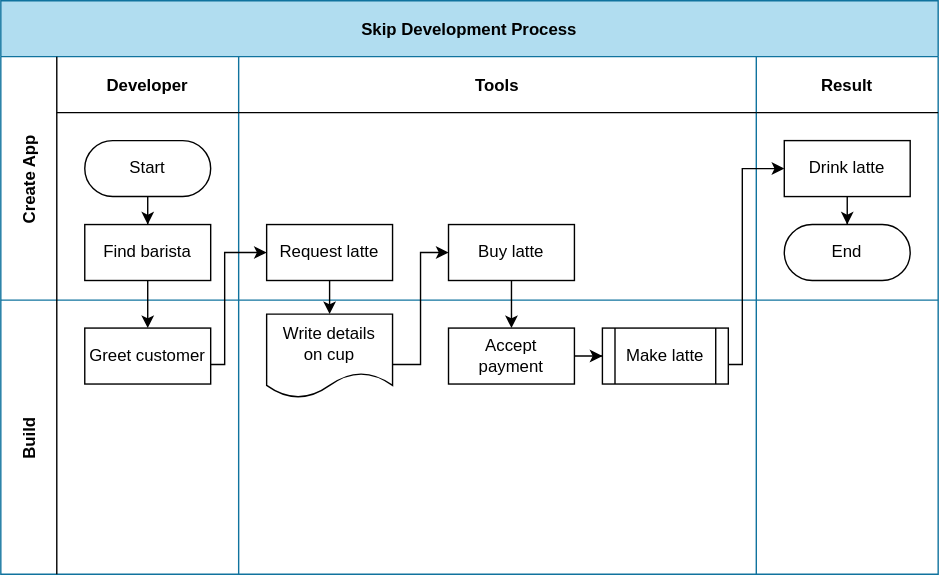
skiptools/assets.skip.tools keeps this draw.io diagram as skip_dev_process.drawio.svg. Above is the earlier version. Source tidied: cells renumbered, new cells last; positions are measured from the earlier drawing's top-left corner, leaving out a move shared by most shapes.
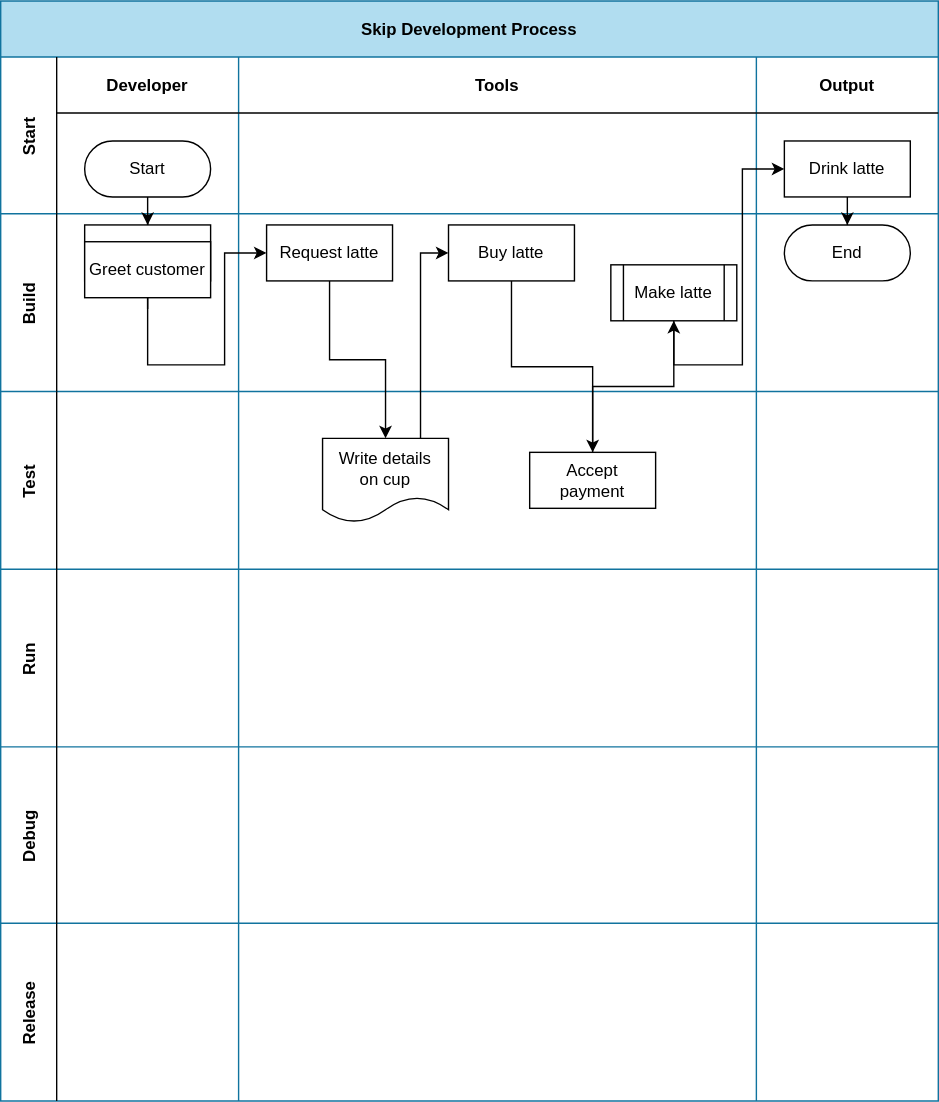
The same file after the commit.

Diff of the diagram source:
```diff
@@ -3,16 +3,16 @@
     <mxCell id="0" />
     <mxCell id="1" parent="0" />
     <mxCell id="2" value="Skip Development Process" style="shape=table;startSize=40;fillColor=#b1ddf0;fontStyle=1;strokeColor=#10739e;swimlaneFillColor=none;" parent="1" vertex="1">
-      <mxGeometry width="670" height="410" as="geometry" />
+      <mxGeometry width="670" height="786" as="geometry" />
     </mxCell>
     <mxCell id="3" style="edgeStyle=orthogonalEdgeStyle;rounded=0;jettySize=auto;html=1;" parent="2" edge="1" source="8" target="18">
       <mxGeometry relative="1" as="geometry" />
     </mxCell>
-    <mxCell id="4" value="Create App" style="shape=tableRow;horizontal=0;swimlaneHead=0;swimlaneBody=0;top=0;left=0;bottom=0;right=0;fillColor=none;startSize=40;fontStyle=1;" parent="2" vertex="1">
-      <mxGeometry y="40" width="670" height="174" as="geometry" />
+    <mxCell id="4" value="Start" style="shape=tableRow;horizontal=0;swimlaneHead=0;swimlaneBody=0;top=0;left=0;bottom=0;right=0;fillColor=none;startSize=40;fontStyle=1;" parent="2" vertex="1">
+      <mxGeometry y="40" width="670" height="112" as="geometry" />
     </mxCell>
     <mxCell id="5" value="Developer" style="swimlane;swimlaneHead=0;swimlaneBody=0;fillColor=none;startSize=40;fontStyle=1;" parent="4" vertex="1">
-      <mxGeometry x="40" width="130" height="174" as="geometry" />
+      <mxGeometry x="40" width="130" height="112" as="geometry" />
     </mxCell>
     <mxCell id="6" style="edgeStyle=orthogonalEdgeStyle;rounded=0;jettySize=auto;html=1;" parent="5" edge="1" source="7" target="8">
       <mxGeometry relative="1" as="geometry" />
@@ -24,7 +24,7 @@
       <mxGeometry x="20" y="120" width="90" height="40" as="geometry" />
     </mxCell>
     <mxCell id="9" value="Tools" style="swimlane;swimlaneHead=0;swimlaneBody=0;fillColor=none;startSize=40;fontStyle=1;" parent="4" vertex="1">
-      <mxGeometry x="170" width="370" height="174" as="geometry" />
+      <mxGeometry x="170" width="370" height="112" as="geometry" />
     </mxCell>
     <mxCell id="10" value="Request latte" style="rounded=0;whiteSpace=wrap;html=1;" parent="9" vertex="1">
       <mxGeometry x="20" y="120" width="90" height="40" as="geometry" />
@@ -32,8 +32,8 @@
     <mxCell id="11" value="Buy latte" style="rounded=0;whiteSpace=wrap;html=1;" parent="9" vertex="1">
       <mxGeometry x="150" y="120" width="90" height="40" as="geometry" />
     </mxCell>
-    <mxCell id="12" value="Result" style="swimlane;swimlaneHead=0;swimlaneBody=0;fillColor=none;startSize=40;fontStyle=1;" parent="4" vertex="1">
-      <mxGeometry x="540" width="130" height="174" as="geometry" />
+    <mxCell id="12" value="Output" style="swimlane;swimlaneHead=0;swimlaneBody=0;fillColor=none;startSize=40;fontStyle=1;" parent="4" vertex="1">
+      <mxGeometry x="540" width="130" height="112" as="geometry" />
     </mxCell>
     <mxCell id="13" style="edgeStyle=orthogonalEdgeStyle;rounded=0;jettySize=auto;html=1;" parent="12" edge="1" source="14" target="15">
       <mxGeometry relative="1" as="geometry" />
@@ -45,32 +45,80 @@
       <mxGeometry x="20" y="120" width="90" height="40" as="geometry" />
     </mxCell>
     <mxCell id="16" value="Build" style="shape=tableRow;horizontal=0;swimlaneHead=0;swimlaneBody=0;top=0;left=0;bottom=0;right=0;fillColor=none;startSize=40;fontStyle=1;" parent="2" vertex="1">
-      <mxGeometry y="214" width="670" height="196" as="geometry" />
+      <mxGeometry y="152" width="670" height="127" as="geometry" />
     </mxCell>
     <mxCell id="17" style="swimlane;swimlaneHead=0;swimlaneBody=0;fillColor=none;startSize=0;fontStyle=1;" parent="16" vertex="1">
-      <mxGeometry x="40" width="130" height="196" as="geometry" />
+      <mxGeometry x="40" width="130" height="127" as="geometry" />
     </mxCell>
     <mxCell id="18" value="Greet customer" style="rounded=0;whiteSpace=wrap;html=1;" parent="17" vertex="1">
       <mxGeometry x="20" y="20" width="90" height="40" as="geometry" />
     </mxCell>
-    <mxCell id="19" style="swimlane;swimlaneHead=0;swimlaneBody=0;fillColor=none;startSize=0;fontStyle=1;" parent="16" vertex="1">
-      <mxGeometry x="170" width="370" height="196" as="geometry" />
+    <mxCell id="19" style="swimlane;swimlaneHead=0;swimlaneBody=0;fillColor=none;startSize=0;fontStyle=1;horizontal=1;" parent="16" vertex="1">
+      <mxGeometry x="170" width="370" height="127" as="geometry" />
     </mxCell>
-    <mxCell id="20" style="edgeStyle=orthogonalEdgeStyle;rounded=0;jettySize=auto;html=1;" parent="19" edge="1" source="21" target="23">
-      <mxGeometry relative="1" as="geometry" />
-    </mxCell>
-    <mxCell id="21" value="Accept&lt;br&gt;payment" style="rounded=0;whiteSpace=wrap;html=1;" parent="19" vertex="1">
-      <mxGeometry x="150" y="20" width="90" height="40" as="geometry" />
-    </mxCell>
-    <mxCell id="22" value="Write details&lt;br&gt;on cup" style="shape=document;whiteSpace=wrap;html=1;boundedLbl=1;" parent="19" vertex="1">
-      <mxGeometry x="20" y="10" width="90" height="60" as="geometry" />
-    </mxCell>
+    <mxCell id="30" style="swimlane;swimlaneHead=0;swimlaneBody=0;fillColor=none;startSize=0;fontStyle=1;horizontal=1;" parent="19" vertex="1">
+      <mxGeometry x="51" y="-107" width="370" height="127" as="geometry" />
+    </mxCell>
     <mxCell id="23" value="Make latte" style="shape=process;whiteSpace=wrap;html=1;backgroundOutline=1;" parent="19" vertex="1">
-      <mxGeometry x="260" y="20" width="90" height="40" as="geometry" />
+      <mxGeometry x="266" y="36.5" width="90" height="40" as="geometry" />
     </mxCell>
     <mxCell id="24" style="swimlane;swimlaneHead=0;swimlaneBody=0;fillColor=none;startSize=0;fontStyle=1;" parent="16" vertex="1">
-      <mxGeometry x="540" width="130" height="196" as="geometry" />
+      <mxGeometry x="540" width="130" height="127" as="geometry" />
     </mxCell>
+    <mxCell id="31" value="Test" style="shape=tableRow;horizontal=0;swimlaneHead=0;swimlaneBody=0;top=0;left=0;bottom=0;right=0;fillColor=none;startSize=40;fontStyle=1;" parent="2" vertex="1">
+      <mxGeometry y="279" width="670" height="127" as="geometry" />
+    </mxCell>
+    <mxCell id="32" style="swimlane;swimlaneHead=0;swimlaneBody=0;fillColor=none;startSize=0;fontStyle=1;" parent="31" vertex="1">
+      <mxGeometry x="40" width="130" height="127" as="geometry" />
+    </mxCell>
+    <mxCell id="33" style="swimlane;swimlaneHead=0;swimlaneBody=0;fillColor=none;startSize=0;fontStyle=1;horizontal=1;" parent="31" vertex="1">
+      <mxGeometry x="170" width="370" height="127" as="geometry" />
+    </mxCell>
+    <mxCell id="22" value="Write details&lt;br&gt;on cup" style="shape=document;whiteSpace=wrap;html=1;boundedLbl=1;" parent="33" vertex="1">
+      <mxGeometry x="60" y="33.5" width="90" height="60" as="geometry" />
+    </mxCell>
+    <mxCell id="21" value="Accept&lt;br&gt;payment" style="rounded=0;whiteSpace=wrap;html=1;" parent="33" vertex="1">
+      <mxGeometry x="208" y="43.5" width="90" height="40" as="geometry" />
+    </mxCell>
+    <mxCell id="34" style="swimlane;swimlaneHead=0;swimlaneBody=0;fillColor=none;startSize=0;fontStyle=1;" parent="31" vertex="1">
+      <mxGeometry x="540" width="130" height="127" as="geometry" />
+    </mxCell>
+    <mxCell id="35" value="Run" style="shape=tableRow;horizontal=0;swimlaneHead=0;swimlaneBody=0;top=0;left=0;bottom=0;right=0;fillColor=none;startSize=40;fontStyle=1;" parent="2" vertex="1">
+      <mxGeometry y="406" width="670" height="127" as="geometry" />
+    </mxCell>
+    <mxCell id="36" style="swimlane;swimlaneHead=0;swimlaneBody=0;fillColor=none;startSize=0;fontStyle=1;" parent="35" vertex="1">
+      <mxGeometry x="40" width="130" height="127" as="geometry" />
+    </mxCell>
+    <mxCell id="37" style="swimlane;swimlaneHead=0;swimlaneBody=0;fillColor=none;startSize=0;fontStyle=1;" parent="35" vertex="1">
+      <mxGeometry x="170" width="370" height="127" as="geometry" />
+    </mxCell>
+    <mxCell id="38" style="swimlane;swimlaneHead=0;swimlaneBody=0;fillColor=none;startSize=0;fontStyle=1;" parent="35" vertex="1">
+      <mxGeometry x="540" width="130" height="127" as="geometry" />
+    </mxCell>
+    <mxCell id="39" value="Debug" style="shape=tableRow;horizontal=0;swimlaneHead=0;swimlaneBody=0;top=0;left=0;bottom=0;right=0;fillColor=none;startSize=40;fontStyle=1;" parent="2" vertex="1">
+      <mxGeometry y="533" width="670" height="126" as="geometry" />
+    </mxCell>
+    <mxCell id="40" style="swimlane;swimlaneHead=0;swimlaneBody=0;fillColor=none;startSize=0;fontStyle=1;" parent="39" vertex="1">
+      <mxGeometry x="40" width="130" height="126" as="geometry" />
+    </mxCell>
+    <mxCell id="41" style="swimlane;swimlaneHead=0;swimlaneBody=0;fillColor=none;startSize=0;fontStyle=1;horizontal=1;" parent="39" vertex="1">
+      <mxGeometry x="170" width="370" height="126" as="geometry" />
+    </mxCell>
+    <mxCell id="42" style="swimlane;swimlaneHead=0;swimlaneBody=0;fillColor=none;startSize=0;fontStyle=1;" parent="39" vertex="1">
+      <mxGeometry x="540" width="130" height="126" as="geometry" />
+    </mxCell>
+    <mxCell id="43" value="Release" style="shape=tableRow;horizontal=0;swimlaneHead=0;swimlaneBody=0;top=0;left=0;bottom=0;right=0;fillColor=none;startSize=40;fontStyle=1;" parent="2" vertex="1">
+      <mxGeometry y="659" width="670" height="127" as="geometry" />
+    </mxCell>
+    <mxCell id="44" style="swimlane;swimlaneHead=0;swimlaneBody=0;fillColor=none;startSize=0;fontStyle=1;" parent="43" vertex="1">
+      <mxGeometry x="40" width="130" height="127" as="geometry" />
+    </mxCell>
+    <mxCell id="45" style="swimlane;swimlaneHead=0;swimlaneBody=0;fillColor=none;startSize=0;fontStyle=1;horizontal=1;" parent="43" vertex="1">
+      <mxGeometry x="170" width="370" height="127" as="geometry" />
+    </mxCell>
+    <mxCell id="46" style="swimlane;swimlaneHead=0;swimlaneBody=0;fillColor=none;startSize=0;fontStyle=1;" parent="43" vertex="1">
+      <mxGeometry x="540" width="130" height="127" as="geometry" />
+    </mxCell>
     <mxCell id="25" style="edgeStyle=orthogonalEdgeStyle;rounded=0;jettySize=auto;html=1;" parent="2" edge="1" source="18" target="10">
       <mxGeometry relative="1" as="geometry">
         <Array as="points">
@@ -101,5 +149,8 @@
         </Array>
       </mxGeometry>
     </mxCell>
+    <mxCell id="20" style="edgeStyle=orthogonalEdgeStyle;rounded=0;jettySize=auto;html=1;" parent="2" edge="1" source="21" target="23">
+      <mxGeometry relative="1" as="geometry" />
+    </mxCell>
   </root>
 </mxGraphModel>
```
